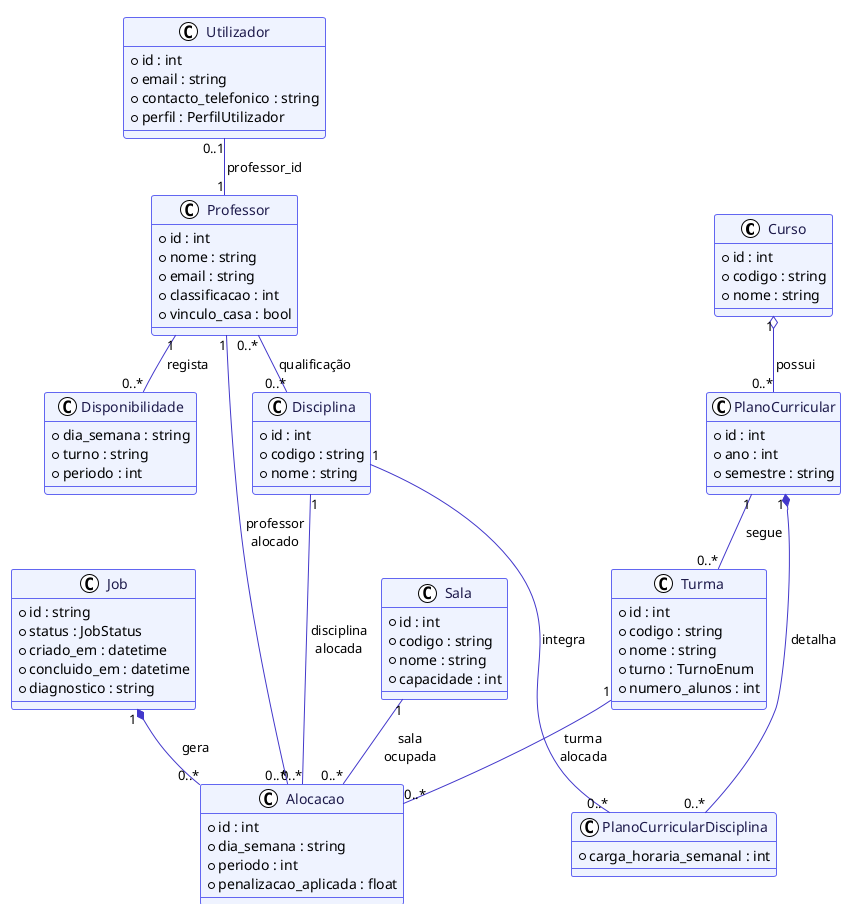
Above: docs/media/diagrama_classes.png in CristianoLourenco/timetable_problem_isaf (PlantUML), before the change.
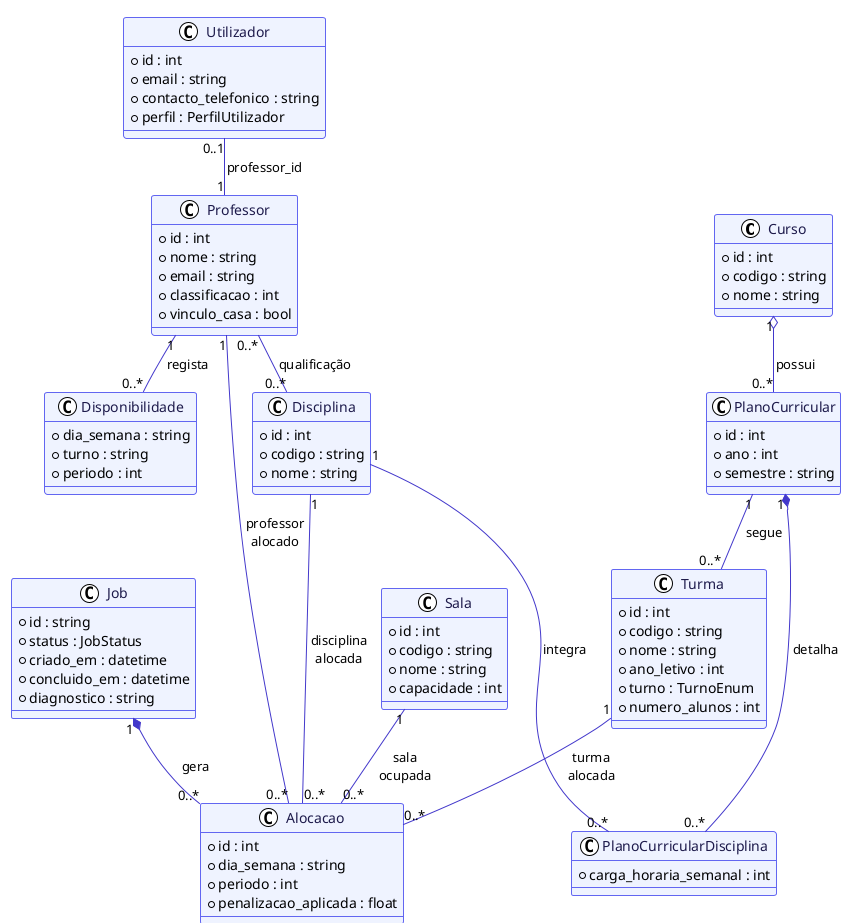
After the commit.

Commit message:
docs: repõe Turma.ano_letivo nos diagramas (ER e Classes)

Change to the diagram source:
```diff
@@ -35,6 +35,7 @@
   +id : int
   +codigo : string
   +nome : string
+  +ano_letivo : int
   +turno : TurnoEnum
   +numero_alunos : int
 }
```
